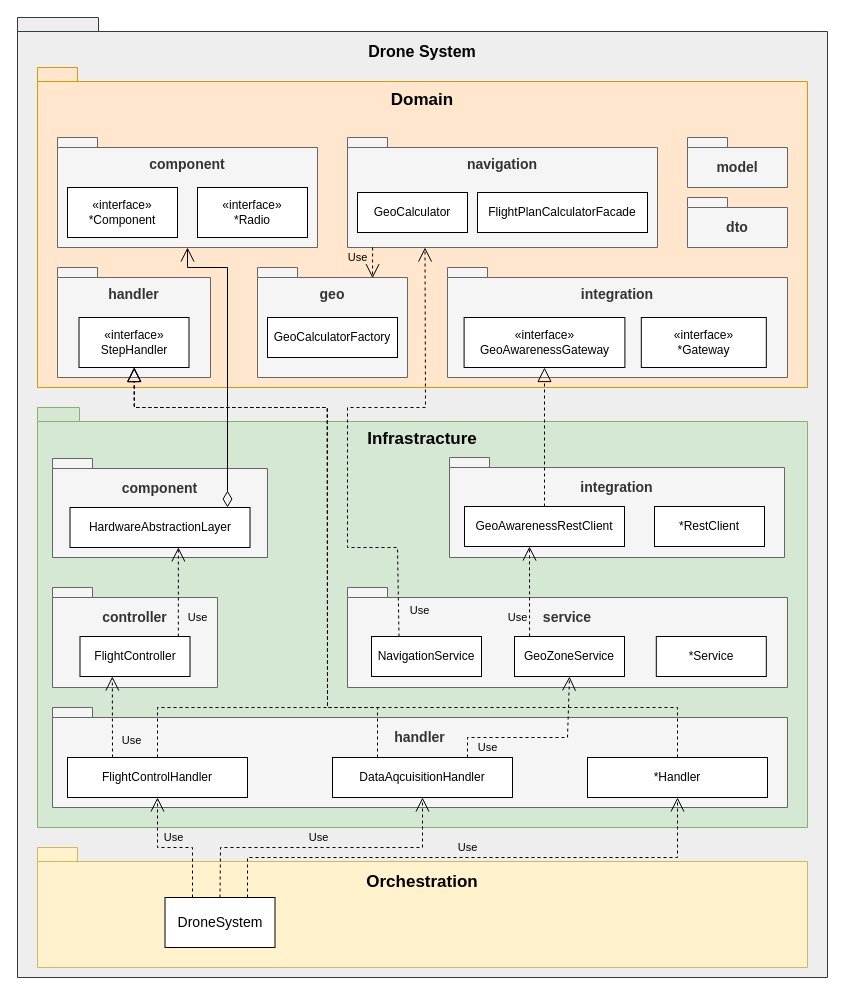
Above: page "packageDiagram" (1 of 10) of documentation/diagrams/diagram.drawio in alegil0206/AeroFlux (draw.io), before the change. Source tidied: cells renumbered, new cells numbered last; positions are measured from the earlier drawing's top-left corner, leaving out a move shared by most shapes. Both pictures are drawn from the tidied source at 100%, with x=0, y=0 at pixel (17, 17).
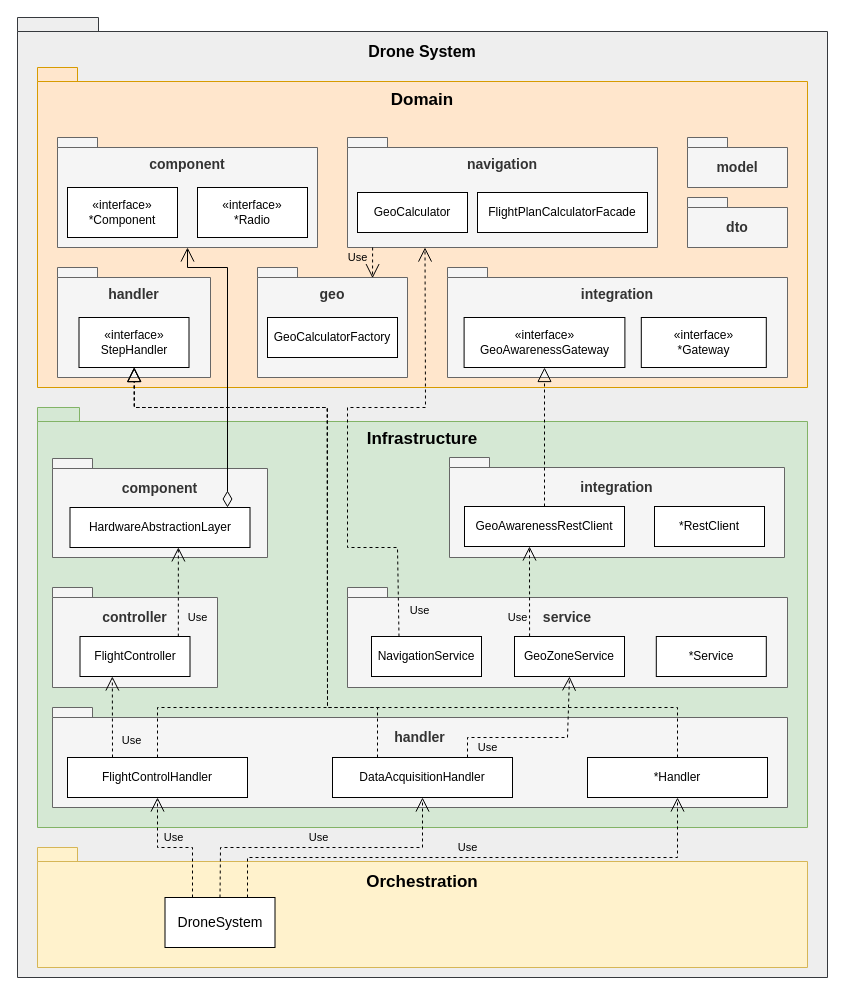
The same page after the edit.

The edit, as a diff of the source:
```diff
@@
-    <mxCell id="11" value="&lt;b&gt;Infrastracture&lt;/b&gt;&lt;div&gt;&lt;b&gt;&lt;br&gt;&lt;/b&gt;&lt;/div&gt;&lt;div&gt;&lt;b&gt;&lt;br&gt;&lt;/b&gt;&lt;/div&gt;&lt;div&gt;&lt;b&gt;&lt;br&gt;&lt;/b&gt;&lt;/div&gt;&lt;div&gt;&lt;b&gt;&lt;br&gt;&lt;/b&gt;&lt;/div&gt;&lt;div&gt;&lt;b&gt;&lt;br&gt;&lt;/b&gt;&lt;/div&gt;&lt;div&gt;&lt;b&gt;&lt;br&gt;&lt;/b&gt;&lt;/div&gt;&lt;div&gt;&lt;b&gt;&lt;br&gt;&lt;/b&gt;&lt;/div&gt;&lt;div&gt;&lt;b&gt;&lt;br&gt;&lt;/b&gt;&lt;/div&gt;&lt;div&gt;&lt;b&gt;&lt;br&gt;&lt;/b&gt;&lt;/div&gt;&lt;div&gt;&lt;b&gt;&lt;br&gt;&lt;/b&gt;&lt;/div&gt;&lt;div&gt;&lt;b&gt;&lt;br&gt;&lt;/b&gt;&lt;/div&gt;&lt;div&gt;&lt;b&gt;&lt;br&gt;&lt;/b&gt;&lt;/div&gt;&lt;div&gt;&lt;b&gt;&lt;br&gt;&lt;/b&gt;&lt;/div&gt;&lt;div&gt;&lt;b&gt;&lt;br&gt;&lt;/b&gt;&lt;/div&gt;&lt;div&gt;&lt;b&gt;&lt;br&gt;&lt;/b&gt;&lt;/div&gt;&lt;div&gt;&lt;b&gt;&lt;br&gt;&lt;/b&gt;&lt;/div&gt;&lt;div&gt;&lt;b&gt;&lt;br&gt;&lt;/b&gt;&lt;/div&gt;&lt;div&gt;&lt;br&gt;&lt;/div&gt;" style="shape=folder;fontStyle=1;spacingTop=10;tabWidth=40;tabHeight=14;tabPosition=left;html=1;whiteSpace=wrap;fillColor=#d5e8d4;strokeColor=#82b366;fontSize=17;" parent="1" vertex="1">
+    <mxCell id="11" value="&lt;b&gt;Infrastructure&lt;/b&gt;&lt;div&gt;&lt;b&gt;&lt;br&gt;&lt;/b&gt;&lt;/div&gt;&lt;div&gt;&lt;b&gt;&lt;br&gt;&lt;/b&gt;&lt;/div&gt;&lt;div&gt;&lt;b&gt;&lt;br&gt;&lt;/b&gt;&lt;/div&gt;&lt;div&gt;&lt;b&gt;&lt;br&gt;&lt;/b&gt;&lt;/div&gt;&lt;div&gt;&lt;b&gt;&lt;br&gt;&lt;/b&gt;&lt;/div&gt;&lt;div&gt;&lt;b&gt;&lt;br&gt;&lt;/b&gt;&lt;/div&gt;&lt;div&gt;&lt;b&gt;&lt;br&gt;&lt;/b&gt;&lt;/div&gt;&lt;div&gt;&lt;b&gt;&lt;br&gt;&lt;/b&gt;&lt;/div&gt;&lt;div&gt;&lt;b&gt;&lt;br&gt;&lt;/b&gt;&lt;/div&gt;&lt;div&gt;&lt;b&gt;&lt;br&gt;&lt;/b&gt;&lt;/div&gt;&lt;div&gt;&lt;b&gt;&lt;br&gt;&lt;/b&gt;&lt;/div&gt;&lt;div&gt;&lt;b&gt;&lt;br&gt;&lt;/b&gt;&lt;/div&gt;&lt;div&gt;&lt;b&gt;&lt;br&gt;&lt;/b&gt;&lt;/div&gt;&lt;div&gt;&lt;b&gt;&lt;br&gt;&lt;/b&gt;&lt;/div&gt;&lt;div&gt;&lt;b&gt;&lt;br&gt;&lt;/b&gt;&lt;/div&gt;&lt;div&gt;&lt;b&gt;&lt;br&gt;&lt;/b&gt;&lt;/div&gt;&lt;div&gt;&lt;b&gt;&lt;br&gt;&lt;/b&gt;&lt;/div&gt;&lt;div&gt;&lt;br&gt;&lt;/div&gt;" style="shape=folder;fontStyle=1;spacingTop=10;tabWidth=40;tabHeight=14;tabPosition=left;html=1;whiteSpace=wrap;fillColor=#d5e8d4;strokeColor=#82b366;fontSize=17;" parent="1" vertex="1">
       <mxGeometry x="20" y="390" width="770" height="420" as="geometry" />
     </mxCell>
@@
-    <mxCell id="21" value="DataAqcuisitionHandler" style="rounded=0;whiteSpace=wrap;html=1;" parent="1" vertex="1">
+    <mxCell id="21" value="DataAcquisitionHandler" style="rounded=0;whiteSpace=wrap;html=1;" parent="1" vertex="1">
       <mxGeometry x="315" y="740" width="180" height="40" as="geometry" />
     </mxCell>
```
